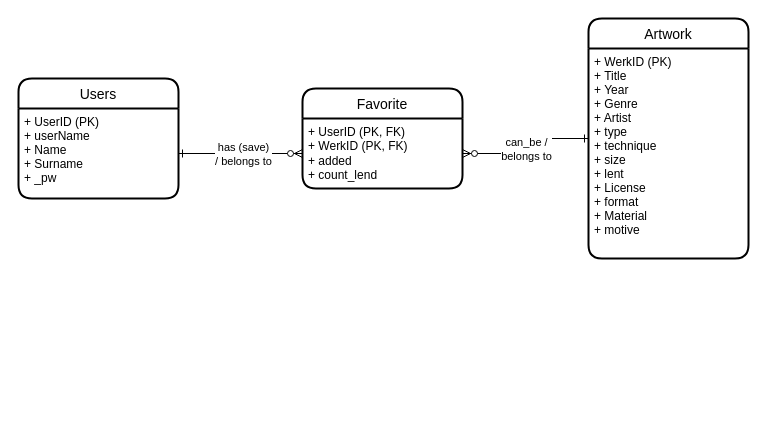
The draw.io diagram page "ERM" (5 of 5) of Artefakte/Untitled Diagram.drawio in JJJS777/EPWS2122KwintSchiller, before the edit. Source tidied: cells renumbered, new cells numbered last; positions are measured from the earlier drawing's top-left corner, leaving out a move shared by most shapes. Both pictures are drawn from the tidied source at 100%, with x=0, y=0 at pixel (18, 18).
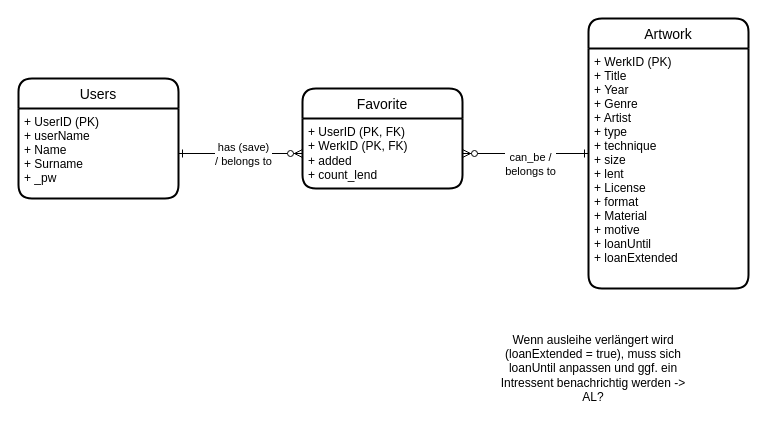
The same diagram, later.

The edit, as a diff of the source:
```diff
@@
 <mxGraphModel>
   <root>
     <mxCell id="0" />
     <mxCell id="1" parent="0" />
     <mxCell id="2" value="Users" style="swimlane;horizontal=1;startSize=30;rounded=1;fontSize=14;fontStyle=0;strokeWidth=2;shadow=0;dashed=0;align=center;" parent="1" vertex="1">
       <mxGeometry y="60" width="160" height="120" as="geometry" />
     </mxCell>
     <mxCell id="3" value="+ UserID (PK)&#10;+ userName&#10;+ Name&#10;+ Surname&#10;+ _pw&#10;" style="align=left;strokeColor=none;fillColor=none;spacingLeft=4;fontSize=12;verticalAlign=top;" parent="2" vertex="1">
       <mxGeometry y="30" width="160" height="90" as="geometry" />
     </mxCell>
     <mxCell id="4" style="edgeStyle=orthogonalEdgeStyle;rounded=0;jettySize=auto;html=1;startArrow=ERone;startFill=0;endArrow=ERzeroToMany;endFill=1;" parent="1" edge="1" source="6" target="9">
       <mxGeometry relative="1" as="geometry" />
     </mxCell>
     <mxCell id="5" value="&lt;div&gt;can_be /&lt;br&gt;&lt;/div&gt;&lt;div&gt;belongs to&lt;/div&gt;" style="edgeLabel;html=1;align=center;verticalAlign=middle;" parent="4" vertex="1">
       <mxGeometry x="-0.43" relative="1" as="geometry">
         <mxPoint x="-23" y="10" as="offset" />
       </mxGeometry>
     </mxCell>
     <mxCell id="6" value="Artwork" style="swimlane;horizontal=1;startSize=30;rounded=1;fontSize=14;fontStyle=0;strokeWidth=2;shadow=0;dashed=0;align=center;" parent="1" vertex="1">
-      <mxGeometry x="570" width="160" height="240" as="geometry" />
+      <mxGeometry x="570" width="160" height="270" as="geometry" />
     </mxCell>
-    <mxCell id="7" value="+ WerkID (PK)&#10;+ Title&#10;+ Year&#10;+ Genre&#10;+ Artist&#10;+ type&#10;+ technique&#10;+ size&#10;+ lent&#10;+ License&#10;+ format&#10;+ Material&#10;+ motive" style="align=left;strokeColor=none;fillColor=none;spacingLeft=4;fontSize=12;verticalAlign=top;" parent="6" vertex="1">
-      <mxGeometry y="30" width="160" height="210" as="geometry" />
+    <mxCell id="7" value="+ WerkID (PK)&#10;+ Title&#10;+ Year&#10;+ Genre&#10;+ Artist&#10;+ type&#10;+ technique&#10;+ size&#10;+ lent&#10;+ License&#10;+ format&#10;+ Material&#10;+ motive&#10;+ loanUntil&#10;+ loanExtended&#10;" style="align=left;strokeColor=none;fillColor=none;spacingLeft=4;fontSize=12;verticalAlign=top;" parent="6" vertex="1">
+      <mxGeometry y="30" width="160" height="240" as="geometry" />
     </mxCell>
     <mxCell id="8" value="Favorite" style="swimlane;horizontal=1;startSize=30;rounded=1;fontSize=14;fontStyle=0;strokeWidth=2;shadow=0;dashed=0;align=center;" parent="1" vertex="1">
       <mxGeometry x="284" y="70" width="160" height="100" as="geometry" />
     </mxCell>
     <mxCell id="9" value="+ UserID (PK, FK)&lt;br&gt;&lt;div&gt;+ WerkID (PK, FK)&lt;/div&gt;&lt;div&gt;+ added&lt;/div&gt;&lt;div&gt;+ count_lend&lt;br&gt;&lt;/div&gt;" style="align=left;strokeColor=none;fillColor=none;spacingLeft=4;fontSize=12;verticalAlign=top;html=1;" parent="8" vertex="1">
       <mxGeometry y="30" width="160" height="70" as="geometry" />
     </mxCell>
     <mxCell id="10" style="edgeStyle=orthogonalEdgeStyle;rounded=0;jettySize=auto;html=1;endArrow=ERzeroToMany;endFill=1;startArrow=ERone;startFill=0;" parent="1" edge="1" source="3" target="9">
       <mxGeometry relative="1" as="geometry" />
     </mxCell>
     <mxCell id="11" value="has (save)&lt;br&gt;/ belongs to" style="edgeLabel;html=1;align=center;verticalAlign=middle;" parent="10" vertex="1">
       <mxGeometry x="0.04" relative="1" as="geometry" />
     </mxCell>
+    <mxCell id="12" value="Wenn ausleihe verlängert wird (loanExtended = true), muss sich loanUntil anpassen und ggf. ein Intressent benachrichtig werden -&amp;gt; AL?" style="text;html=1;strokeColor=none;fillColor=none;align=center;verticalAlign=middle;whiteSpace=wrap;rounded=0;" parent="1" vertex="1">
+      <mxGeometry x="470" y="300" width="210" height="100" as="geometry" />
+    </mxCell>
   </root>
 </mxGraphModel>
```
